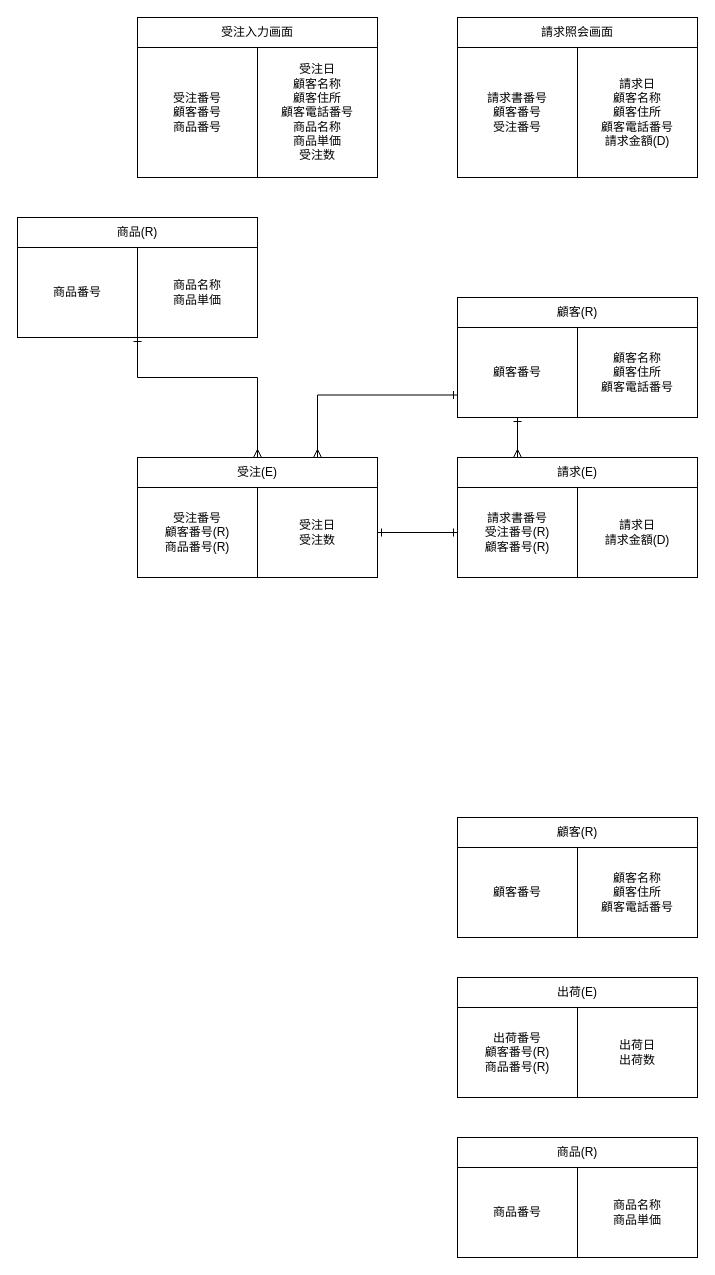
Earlier version of the draw.io diagram tm_work.drawio (pazworld/drawio). Source tidied: cells renumbered, new cells numbered last; positions are measured from the earlier drawing's top-left corner, leaving out a move shared by most shapes. Both pictures are drawn from the tidied source at 100%, with x=0, y=0 at pixel (17, 17).
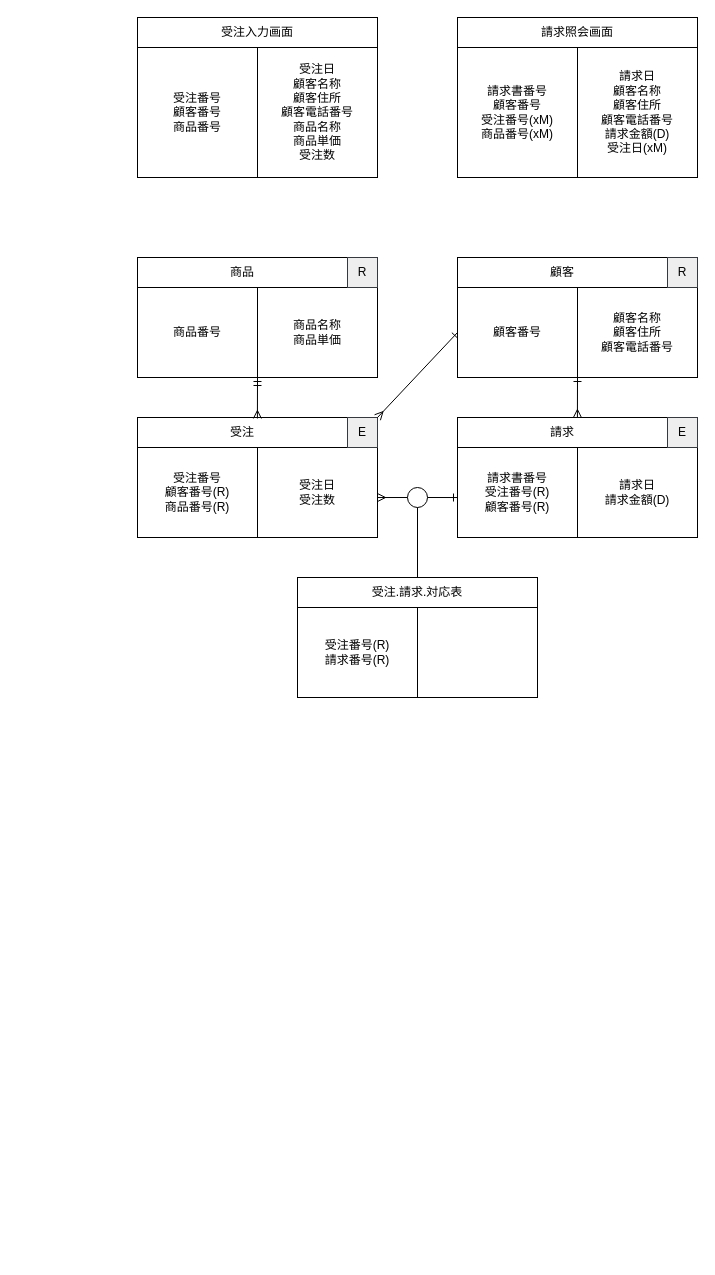
After the change.

Commit message:
tm_work.drawio を更新します

Unchanged cells that the change refers to:
```xml
<mxCell id="22" style="group;" parent="1" vertex="1">
  <mxGeometry x="440" width="240" height="170" as="geometry" />
</mxCell>
```

The edit, as a diff of the source:
```diff
@@
-    <mxCell id="2" style="group;" parent="1" vertex="1">
-      <mxGeometry x="440" y="960" width="240" height="120" as="geometry" />
-    </mxCell>
-    <mxCell id="3" style="rounded=0;whiteSpace=wrap;html=1;" parent="2" vertex="1">
-      <mxGeometry width="240" height="120" as="geometry" />
-    </mxCell>
-    <mxCell id="4" value="出荷(E)" style="rounded=0;whiteSpace=wrap;html=1;" parent="2" vertex="1">
-      <mxGeometry width="240" height="30" as="geometry" />
-    </mxCell>
-    <mxCell id="5" value="出荷番号&lt;div&gt;顧客番号(R)&lt;/div&gt;&lt;div&gt;商品番号(R)&lt;/div&gt;" style="rounded=0;whiteSpace=wrap;html=1;" parent="2" vertex="1">
-      <mxGeometry y="30" width="120" height="90" as="geometry" />
-    </mxCell>
-    <mxCell id="6" value="出荷日&lt;div&gt;出荷数&lt;/div&gt;" style="rounded=0;whiteSpace=wrap;html=1;" parent="2" vertex="1">
-      <mxGeometry x="120" y="30" width="120" height="90" as="geometry" />
-    </mxCell>
-    <mxCell id="7" style="group;" parent="1" vertex="1">
-      <mxGeometry x="440" y="800" width="240" height="120" as="geometry" />
-    </mxCell>
-    <mxCell id="8" style="rounded=0;whiteSpace=wrap;html=1;" parent="7" vertex="1">
-      <mxGeometry width="240" height="120" as="geometry" />
-    </mxCell>
-    <mxCell id="9" value="顧客(R)" style="rounded=0;whiteSpace=wrap;html=1;" parent="7" vertex="1">
-      <mxGeometry width="240" height="30" as="geometry" />
-    </mxCell>
-    <mxCell id="10" value="顧客番号" style="rounded=0;whiteSpace=wrap;html=1;" parent="7" vertex="1">
-      <mxGeometry y="30" width="120" height="90" as="geometry" />
-    </mxCell>
-    <mxCell id="11" value="顧客名称&lt;div&gt;顧客住所&lt;/div&gt;&lt;div&gt;顧客電話番号&lt;/div&gt;" style="rounded=0;whiteSpace=wrap;html=1;" parent="7" vertex="1">
-      <mxGeometry x="120" y="30" width="120" height="90" as="geometry" />
-    </mxCell>
-    <mxCell id="12" style="group;" parent="1" vertex="1">
-      <mxGeometry x="440" y="1120" width="240" height="120" as="geometry" />
-    </mxCell>
-    <mxCell id="13" style="rounded=0;whiteSpace=wrap;html=1;" parent="12" vertex="1">
-      <mxGeometry width="240" height="120" as="geometry" />
-    </mxCell>
-    <mxCell id="14" value="商品(R)" style="rounded=0;whiteSpace=wrap;html=1;" parent="12" vertex="1">
-      <mxGeometry width="240" height="30" as="geometry" />
-    </mxCell>
-    <mxCell id="15" value="商品番号" style="rounded=0;whiteSpace=wrap;html=1;" parent="12" vertex="1">
-      <mxGeometry y="30" width="120" height="90" as="geometry" />
-    </mxCell>
-    <mxCell id="16" value="商品名称&lt;div&gt;商品単価&lt;/div&gt;" style="rounded=0;whiteSpace=wrap;html=1;" parent="12" vertex="1">
-      <mxGeometry x="120" y="30" width="120" height="90" as="geometry" />
-    </mxCell>
@@
-    <mxCell id="25" value="請求書番号&lt;div&gt;顧客番号&lt;/div&gt;&lt;div&gt;受注番号&lt;/div&gt;" style="rounded=0;whiteSpace=wrap;html=1;" parent="22" vertex="1">
+    <mxCell id="25" value="請求書番号&lt;div&gt;顧客番号&lt;/div&gt;&lt;div&gt;受注番号(xM)&lt;/div&gt;&lt;div&gt;商品番号(xM)&lt;/div&gt;" style="rounded=0;whiteSpace=wrap;html=1;" parent="22" vertex="1">
       <mxGeometry y="30" width="120" height="130" as="geometry" />
     </mxCell>
-    <mxCell id="26" value="請求日&lt;div&gt;顧客名称&lt;/div&gt;&lt;div&gt;顧客住所&lt;/div&gt;&lt;div&gt;顧客電話番号&lt;/div&gt;&lt;div&gt;請求金額(D)&lt;/div&gt;" style="rounded=0;whiteSpace=wrap;html=1;" parent="22" vertex="1">
+    <mxCell id="26" value="請求日&lt;div&gt;顧客名称&lt;/div&gt;&lt;div&gt;顧客住所&lt;/div&gt;&lt;div&gt;顧客電話番号&lt;/div&gt;&lt;div&gt;請求金額(D)&lt;/div&gt;&lt;div&gt;受注日(xM)&lt;/div&gt;" style="rounded=0;whiteSpace=wrap;html=1;" parent="22" vertex="1">
       <mxGeometry x="120" y="30" width="120" height="130" as="geometry" />
     </mxCell>
-    <mxCell id="27" style="group;" parent="1" vertex="1">
-      <mxGeometry x="120" y="440" width="240" height="120" as="geometry" />
-    </mxCell>
-    <mxCell id="28" style="rounded=0;whiteSpace=wrap;html=1;" parent="27" vertex="1">
-      <mxGeometry width="240" height="120" as="geometry" />
-    </mxCell>
-    <mxCell id="29" value="受注(E)" style="rounded=0;whiteSpace=wrap;html=1;" parent="27" vertex="1">
-      <mxGeometry width="240" height="30" as="geometry" />
-    </mxCell>
-    <mxCell id="30" value="受注番号&lt;div&gt;顧客番号(R)&lt;/div&gt;&lt;div&gt;商品番号(R)&lt;/div&gt;" style="rounded=0;whiteSpace=wrap;html=1;" parent="27" vertex="1">
-      <mxGeometry y="30" width="120" height="90" as="geometry" />
-    </mxCell>
-    <mxCell id="31" value="受注日&lt;div&gt;受注数&lt;/div&gt;" style="rounded=0;whiteSpace=wrap;html=1;" parent="27" vertex="1">
-      <mxGeometry x="120" y="30" width="120" height="90" as="geometry" />
-    </mxCell>
-    <mxCell id="32" style="group;" parent="1" vertex="1">
-      <mxGeometry y="200" width="240" height="120" as="geometry" />
-    </mxCell>
+    <mxCell id="51" style="group;" parent="1" vertex="1">
+      <mxGeometry x="120" y="240" width="240" height="120" as="geometry" />
+    </mxCell>
-    <mxCell id="33" style="rounded=0;whiteSpace=wrap;html=1;" parent="32" vertex="1">
+    <mxCell id="33" style="rounded=0;whiteSpace=wrap;html=1;" parent="51" vertex="1">
       <mxGeometry width="240" height="120" as="geometry" />
     </mxCell>
-    <mxCell id="34" value="商品(R)" style="rounded=0;whiteSpace=wrap;html=1;" parent="32" vertex="1">
-      <mxGeometry width="240" height="30" as="geometry" />
+    <mxCell id="34" value="商品" style="rounded=0;whiteSpace=wrap;html=1;" parent="51" vertex="1">
+      <mxGeometry width="210" height="30" as="geometry" />
     </mxCell>
-    <mxCell id="35" value="商品番号" style="rounded=0;whiteSpace=wrap;html=1;" parent="32" vertex="1">
+    <mxCell id="35" value="商品番号" style="rounded=0;whiteSpace=wrap;html=1;" parent="51" vertex="1">
       <mxGeometry y="30" width="120" height="90" as="geometry" />
     </mxCell>
-    <mxCell id="36" value="商品名称&lt;div&gt;商品単価&lt;/div&gt;" style="rounded=0;whiteSpace=wrap;html=1;" parent="32" vertex="1">
+    <mxCell id="36" value="商品名称&lt;div&gt;商品単価&lt;/div&gt;" style="rounded=0;whiteSpace=wrap;html=1;" parent="51" vertex="1">
       <mxGeometry x="120" y="30" width="120" height="90" as="geometry" />
     </mxCell>
-    <mxCell id="37" style="group;" parent="1" vertex="1">
-      <mxGeometry x="440" y="280" width="240" height="120" as="geometry" />
-    </mxCell>
-    <mxCell id="38" style="rounded=0;whiteSpace=wrap;html=1;" parent="37" vertex="1">
-      <mxGeometry width="240" height="120" as="geometry" />
-    </mxCell>
-    <mxCell id="39" value="顧客(R)" style="rounded=0;whiteSpace=wrap;html=1;" parent="37" vertex="1">
-      <mxGeometry width="240" height="30" as="geometry" />
-    </mxCell>
-    <mxCell id="40" value="顧客番号" style="rounded=0;whiteSpace=wrap;html=1;" parent="37" vertex="1">
-      <mxGeometry y="30" width="120" height="90" as="geometry" />
-    </mxCell>
-    <mxCell id="41" value="顧客名称&lt;div&gt;顧客住所&lt;/div&gt;&lt;div&gt;顧客電話番号&lt;/div&gt;" style="rounded=0;whiteSpace=wrap;html=1;" parent="37" vertex="1">
-      <mxGeometry x="120" y="30" width="120" height="90" as="geometry" />
-    </mxCell>
-    <mxCell id="42" style="group;" parent="1" vertex="1">
-      <mxGeometry x="440" y="440" width="240" height="120" as="geometry" />
-    </mxCell>
-    <mxCell id="43" style="rounded=0;whiteSpace=wrap;html=1;" parent="42" vertex="1">
-      <mxGeometry width="240" height="120" as="geometry" />
-    </mxCell>
-    <mxCell id="44" value="請求(E)" style="rounded=0;whiteSpace=wrap;html=1;" parent="42" vertex="1">
-      <mxGeometry width="240" height="30" as="geometry" />
-    </mxCell>
+    <mxCell id="52" value="R" style="rounded=0;whiteSpace=wrap;html=1;fillColor=#eeeeee;strokeColor=#36393d;" parent="51" vertex="1">
+      <mxGeometry x="210" width="30" height="30" as="geometry" />
+    </mxCell>
+    <mxCell id="53" style="group;" parent="1" vertex="1">
+      <mxGeometry x="440" y="240" width="240" height="120" as="geometry" />
+    </mxCell>
+    <mxCell id="54" style="rounded=0;whiteSpace=wrap;html=1;" parent="53" vertex="1">
+      <mxGeometry width="240" height="120" as="geometry" />
+    </mxCell>
+    <mxCell id="55" value="顧客" style="rounded=0;whiteSpace=wrap;html=1;" parent="53" vertex="1">
+      <mxGeometry width="210" height="30" as="geometry" />
+    </mxCell>
+    <mxCell id="56" value="顧客番号" style="rounded=0;whiteSpace=wrap;html=1;" parent="53" vertex="1">
+      <mxGeometry y="30" width="120" height="90" as="geometry" />
+    </mxCell>
+    <mxCell id="57" value="顧客名称&lt;div&gt;顧客住所&lt;/div&gt;&lt;div&gt;顧客電話番号&lt;/div&gt;" style="rounded=0;whiteSpace=wrap;html=1;" parent="53" vertex="1">
+      <mxGeometry x="120" y="30" width="120" height="90" as="geometry" />
+    </mxCell>
+    <mxCell id="58" value="R" style="rounded=0;whiteSpace=wrap;html=1;fillColor=#eeeeee;strokeColor=#36393d;" parent="53" vertex="1">
+      <mxGeometry x="210" width="30" height="30" as="geometry" />
+    </mxCell>
+    <mxCell id="59" style="group;" parent="1" vertex="1">
+      <mxGeometry x="120" y="400" width="240" height="120" as="geometry" />
+    </mxCell>
+    <mxCell id="60" style="rounded=0;whiteSpace=wrap;html=1;" parent="59" vertex="1">
+      <mxGeometry width="240" height="120" as="geometry" />
+    </mxCell>
+    <mxCell id="61" value="受注" style="rounded=0;whiteSpace=wrap;html=1;" parent="59" vertex="1">
+      <mxGeometry width="210" height="30" as="geometry" />
+    </mxCell>
+    <mxCell id="30" value="受注番号&lt;div&gt;顧客番号(R)&lt;/div&gt;&lt;div&gt;商品番号(R)&lt;/div&gt;" style="rounded=0;whiteSpace=wrap;html=1;" parent="59" vertex="1">
+      <mxGeometry y="30" width="120" height="90" as="geometry" />
+    </mxCell>
+    <mxCell id="31" value="受注日&lt;div&gt;受注数&lt;/div&gt;" style="rounded=0;whiteSpace=wrap;html=1;" parent="59" vertex="1">
+      <mxGeometry x="120" y="30" width="120" height="90" as="geometry" />
+    </mxCell>
+    <mxCell id="62" value="E" style="rounded=0;whiteSpace=wrap;html=1;fillColor=#eeeeee;strokeColor=#36393d;" parent="59" vertex="1">
+      <mxGeometry x="210" width="30" height="30" as="geometry" />
+    </mxCell>
+    <mxCell id="63" style="group;" parent="1" vertex="1">
+      <mxGeometry x="440" y="400" width="240" height="120" as="geometry" />
+    </mxCell>
+    <mxCell id="64" style="rounded=0;whiteSpace=wrap;html=1;" parent="63" vertex="1">
+      <mxGeometry width="240" height="120" as="geometry" />
+    </mxCell>
+    <mxCell id="65" value="請求" style="rounded=0;whiteSpace=wrap;html=1;" parent="63" vertex="1">
+      <mxGeometry width="210" height="30" as="geometry" />
+    </mxCell>
-    <mxCell id="45" value="請求書番号&lt;div&gt;受注番号(R)&lt;/div&gt;&lt;div&gt;顧客番号(R)&lt;/div&gt;" style="rounded=0;whiteSpace=wrap;html=1;" parent="42" vertex="1">
+    <mxCell id="45" value="請求書番号&lt;div&gt;受注番号(R)&lt;/div&gt;&lt;div&gt;顧客番号(R)&lt;/div&gt;" style="rounded=0;whiteSpace=wrap;html=1;" parent="63" vertex="1">
       <mxGeometry y="30" width="120" height="90" as="geometry" />
     </mxCell>
-    <mxCell id="46" value="請求日&lt;div&gt;請求金額(D)&lt;/div&gt;" style="rounded=0;whiteSpace=wrap;html=1;" parent="42" vertex="1">
+    <mxCell id="46" value="請求日&lt;div&gt;請求金額(D)&lt;/div&gt;" style="rounded=0;whiteSpace=wrap;html=1;" parent="63" vertex="1">
       <mxGeometry x="120" y="30" width="120" height="90" as="geometry" />
     </mxCell>
-    <mxCell id="47" style="edgeStyle=orthogonalEdgeStyle;rounded=0;jettySize=auto;html=1;entryX=0;entryY=0.5;entryDx=0;entryDy=0;endArrow=ERone;endFill=0;startArrow=ERone;startFill=0;" parent="1" edge="1" source="31" target="45">
-      <mxGeometry relative="1" as="geometry" />
-    </mxCell>
-    <mxCell id="48" style="edgeStyle=orthogonalEdgeStyle;rounded=0;jettySize=auto;html=1;exitX=0.5;exitY=1;exitDx=0;exitDy=0;entryX=0.25;entryY=0;entryDx=0;entryDy=0;endArrow=ERmany;endFill=0;startArrow=ERone;startFill=0;" parent="1" edge="1" source="40" target="44">
-      <mxGeometry relative="1" as="geometry" />
-    </mxCell>
-    <mxCell id="49" style="edgeStyle=orthogonalEdgeStyle;rounded=0;jettySize=auto;html=1;exitX=1;exitY=1;exitDx=0;exitDy=0;endArrow=ERmany;endFill=0;startArrow=ERone;startFill=0;" parent="1" edge="1" source="35">
-      <mxGeometry relative="1" as="geometry">
-        <mxPoint x="240" y="440" as="targetPoint" />
-        <Array as="points">
-          <mxPoint x="120" y="360" />
-          <mxPoint x="240" y="360" />
-        </Array>
-      </mxGeometry>
-    </mxCell>
-    <mxCell id="50" style="edgeStyle=orthogonalEdgeStyle;rounded=0;jettySize=auto;html=1;exitX=0;exitY=0.75;exitDx=0;exitDy=0;endArrow=ERmany;endFill=0;startArrow=ERone;startFill=0;" parent="1" edge="1" source="40" target="29">
-      <mxGeometry relative="1" as="geometry">
-        <Array as="points">
-          <mxPoint x="300" y="378" />
-        </Array>
-      </mxGeometry>
-    </mxCell>
+    <mxCell id="66" value="E" style="rounded=0;whiteSpace=wrap;html=1;fillColor=#eeeeee;strokeColor=#36393d;" parent="63" vertex="1">
+      <mxGeometry x="210" width="30" height="30" as="geometry" />
+    </mxCell>
+    <mxCell id="67" style="group;" parent="1" vertex="1">
+      <mxGeometry x="280" y="560" width="240" height="120" as="geometry" />
+    </mxCell>
+    <mxCell id="68" style="rounded=0;whiteSpace=wrap;html=1;" parent="67" vertex="1">
+      <mxGeometry width="240" height="120" as="geometry" />
+    </mxCell>
+    <mxCell id="69" value="受注.請求.対応表" style="rounded=0;whiteSpace=wrap;html=1;" parent="67" vertex="1">
+      <mxGeometry width="240" height="30" as="geometry" />
+    </mxCell>
+    <mxCell id="70" value="受注番号(R)&lt;div&gt;請求番号(R)&lt;/div&gt;" style="rounded=0;whiteSpace=wrap;html=1;" parent="67" vertex="1">
+      <mxGeometry y="30" width="120" height="90" as="geometry" />
+    </mxCell>
+    <mxCell id="71" style="rounded=0;whiteSpace=wrap;html=1;" parent="67" vertex="1">
+      <mxGeometry x="120" y="30" width="120" height="90" as="geometry" />
+    </mxCell>
+    <mxCell id="72" style="ellipse;whiteSpace=wrap;html=1;" parent="1" vertex="1">
+      <mxGeometry x="390" y="470" width="20" height="20" as="geometry" />
+    </mxCell>
+    <mxCell id="73" style="rounded=0;jettySize=auto;html=1;exitX=1;exitY=0.556;exitDx=0;exitDy=0;entryX=0;entryY=0.5;entryDx=0;entryDy=0;exitPerimeter=0;startArrow=ERmany;startFill=0;endArrow=none;" parent="1" edge="1" source="31" target="72">
+      <mxGeometry relative="1" as="geometry" />
+    </mxCell>
+    <mxCell id="74" style="rounded=0;jettySize=auto;html=1;exitX=0;exitY=0.556;exitDx=0;exitDy=0;entryX=1;entryY=0.5;entryDx=0;entryDy=0;exitPerimeter=0;startArrow=ERone;startFill=0;endArrow=none;" parent="1" edge="1" source="45" target="72">
+      <mxGeometry relative="1" as="geometry" />
+    </mxCell>
+    <mxCell id="75" style="edgeStyle=orthogonalEdgeStyle;rounded=0;jettySize=auto;html=1;exitX=0.5;exitY=0;exitDx=0;exitDy=0;entryX=0.5;entryY=1;entryDx=0;entryDy=0;endArrow=none;startFill=0;" parent="1" edge="1" source="69" target="72">
+      <mxGeometry relative="1" as="geometry" />
+    </mxCell>
+    <mxCell id="76" style="rounded=0;jettySize=auto;html=1;entryX=1;entryY=1;entryDx=0;entryDy=0;exitX=0.571;exitY=0.033;exitDx=0;exitDy=0;exitPerimeter=0;endArrow=ERmandOne;endFill=0;startArrow=ERmany;startFill=0;" parent="1" edge="1" source="61" target="35">
+      <mxGeometry relative="1" as="geometry" />
+    </mxCell>
+    <mxCell id="77" style="rounded=0;jettySize=auto;html=1;exitX=0.571;exitY=0;exitDx=0;exitDy=0;entryX=0;entryY=1;entryDx=0;entryDy=0;exitPerimeter=0;endArrow=ERone;endFill=0;startArrow=ERmany;startFill=0;" parent="1" edge="1" source="65" target="57">
+      <mxGeometry relative="1" as="geometry" />
+    </mxCell>
+    <mxCell id="78" style="rounded=0;jettySize=auto;html=1;exitX=0;exitY=0.5;exitDx=0;exitDy=0;entryX=1;entryY=0;entryDx=0;entryDy=0;endArrow=ERmany;endFill=0;startArrow=ERone;startFill=0;" parent="1" edge="1" source="56" target="62">
+      <mxGeometry relative="1" as="geometry" />
+    </mxCell>
```
